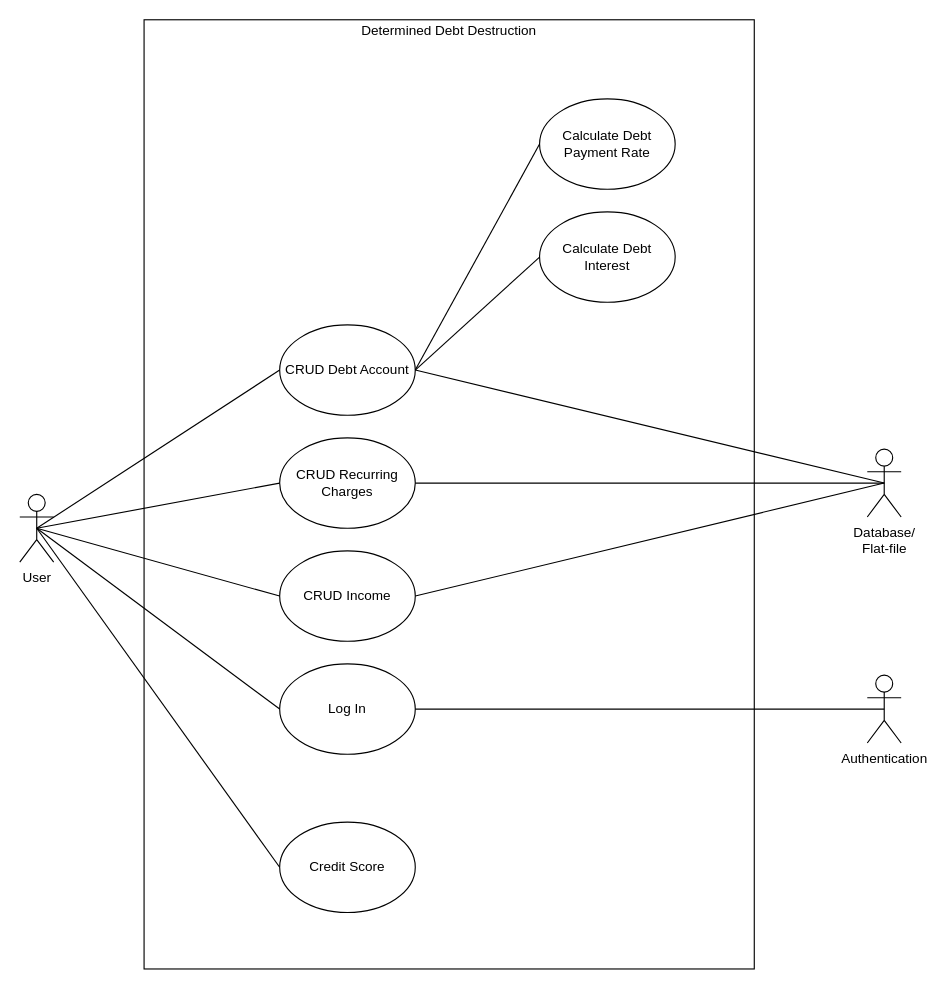
This is Use Case Diagram.drawio from PatrickMcDougle/CSE682-Software-Engineering-Project, a draw.io file, before an edit. Source tidied: cells renumbered, new cells numbered last; positions are measured from the earlier drawing's top-left corner, leaving out a move shared by most shapes. Both pictures are drawn from the tidied source at 113%, with x=0, y=0 at pixel (19, 19).
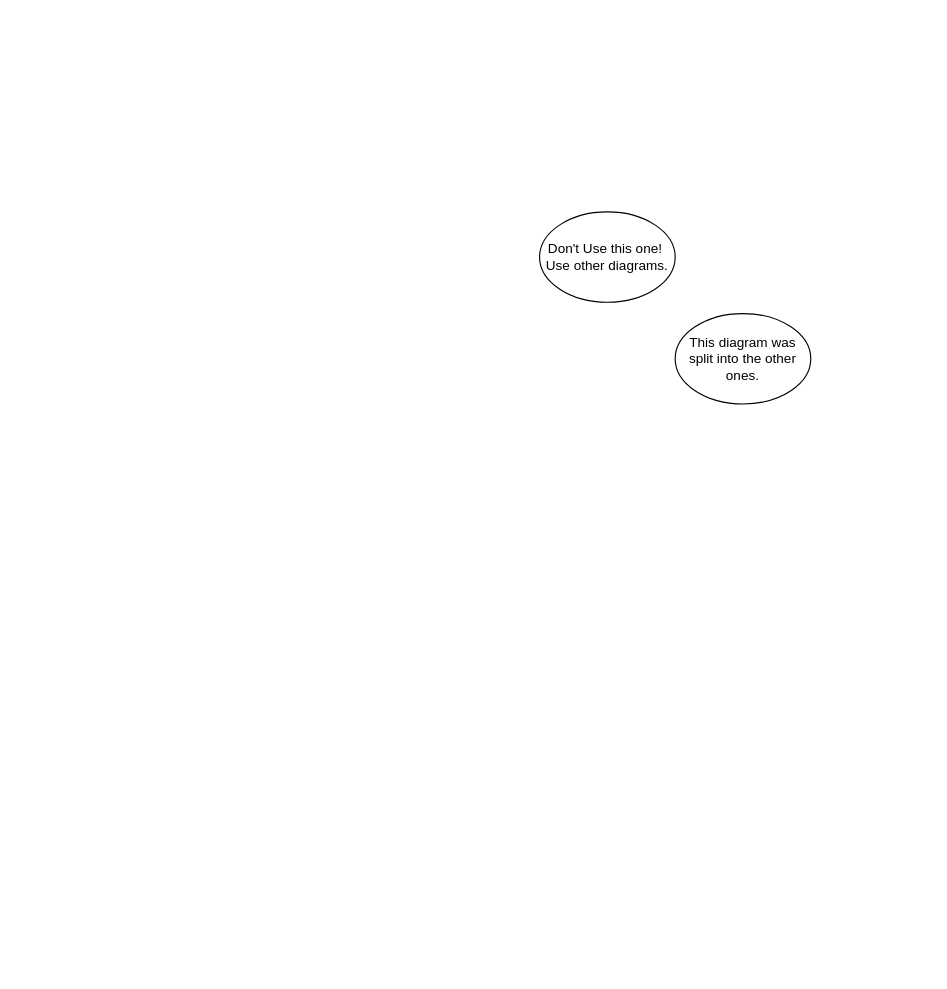
After the change.

What changed in the source:
```diff
@@
-    <mxCell id="2" value="Determined Debt Destruction&lt;br&gt;&lt;br&gt;&lt;br&gt;&lt;br&gt;&lt;br&gt;&lt;br&gt;&lt;br&gt;&lt;br&gt;&lt;br&gt;&lt;br&gt;&lt;br&gt;&lt;br&gt;&lt;br&gt;&lt;br&gt;&lt;br&gt;&lt;br&gt;&lt;br&gt;&lt;br&gt;&lt;br&gt;&lt;br&gt;&lt;br&gt;&lt;br&gt;&lt;br&gt;&lt;br&gt;&lt;br&gt;&lt;br&gt;&lt;br&gt;&lt;br&gt;&lt;br&gt;&lt;br&gt;&lt;br&gt;&lt;br&gt;&lt;br&gt;&lt;br&gt;&lt;br&gt;&lt;br&gt;&lt;br&gt;&lt;br&gt;&lt;br&gt;&lt;br&gt;&lt;br&gt;&lt;br&gt;&lt;br&gt;&lt;br&gt;&lt;br&gt;&lt;br&gt;&lt;br&gt;&lt;br&gt;&lt;br&gt;&lt;br&gt;&lt;br&gt;&lt;br&gt;&lt;br&gt;&lt;br&gt;&lt;br&gt;&lt;br&gt;&lt;br&gt;&lt;br&gt;" style="rounded=0;whiteSpace=wrap;html=1;" parent="1" vertex="1">
-      <mxGeometry x="110" width="540" height="840" as="geometry" />
-    </mxCell>
-    <mxCell id="3" value="User" style="shape=umlActor;verticalLabelPosition=bottom;verticalAlign=top;html=1;outlineConnect=0;" parent="1" vertex="1">
-      <mxGeometry y="420" width="30" height="60" as="geometry" />
-    </mxCell>
-    <mxCell id="4" value="CRUD Debt Account" style="ellipse;whiteSpace=wrap;html=1;" parent="1" vertex="1">
-      <mxGeometry x="230" y="270" width="120" height="80" as="geometry" />
-    </mxCell>
-    <mxCell id="5" value="CRUD Recurring Charges" style="ellipse;whiteSpace=wrap;html=1;" parent="1" vertex="1">
-      <mxGeometry x="230" y="370" width="120" height="80" as="geometry" />
-    </mxCell>
-    <mxCell id="6" value="CRUD Income" style="ellipse;whiteSpace=wrap;html=1;" parent="1" vertex="1">
-      <mxGeometry x="230" y="470" width="120" height="80" as="geometry" />
-    </mxCell>
-    <mxCell id="7" value="Calculate Debt Payment Rate" style="ellipse;whiteSpace=wrap;html=1;" parent="1" vertex="1">
-      <mxGeometry x="460" y="70" width="120" height="80" as="geometry" />
-    </mxCell>
-    <mxCell id="8" value="Calculate Debt Interest" style="ellipse;whiteSpace=wrap;html=1;" parent="1" vertex="1">
+    <mxCell id="8" value="Don't Use this one!&amp;nbsp; Use other diagrams." style="ellipse;whiteSpace=wrap;html=1;" parent="1" vertex="1">
       <mxGeometry x="460" y="170" width="120" height="80" as="geometry" />
     </mxCell>
-    <mxCell id="9" style="endArrow=none;html=1;exitX=1;exitY=0.5;exitDx=0;exitDy=0;entryX=0;entryY=0.5;entryDx=0;entryDy=0;" parent="1" edge="1" source="4" target="7">
-      <mxGeometry relative="1" as="geometry" />
-    </mxCell>
-    <mxCell id="10" style="endArrow=none;html=1;exitX=1;exitY=0.5;exitDx=0;exitDy=0;entryX=0;entryY=0.5;entryDx=0;entryDy=0;" parent="1" edge="1" source="4" target="8">
-      <mxGeometry relative="1" as="geometry" />
-    </mxCell>
-    <mxCell id="11" style="endArrow=none;html=1;exitX=0.5;exitY=0.5;exitDx=0;exitDy=0;exitPerimeter=0;entryX=0;entryY=0.5;entryDx=0;entryDy=0;" parent="1" edge="1" source="3" target="4">
-      <mxGeometry relative="1" as="geometry" />
-    </mxCell>
-    <mxCell id="12" style="endArrow=none;html=1;exitX=0.5;exitY=0.5;exitDx=0;exitDy=0;exitPerimeter=0;entryX=0;entryY=0.5;entryDx=0;entryDy=0;" parent="1" edge="1" source="3" target="5">
-      <mxGeometry relative="1" as="geometry" />
-    </mxCell>
-    <mxCell id="13" style="endArrow=none;html=1;exitX=0.5;exitY=0.5;exitDx=0;exitDy=0;exitPerimeter=0;entryX=0;entryY=0.5;entryDx=0;entryDy=0;" parent="1" edge="1" source="3" target="6">
-      <mxGeometry relative="1" as="geometry" />
-    </mxCell>
-    <mxCell id="14" value="Database/&lt;br&gt;Flat-file" style="shape=umlActor;verticalLabelPosition=bottom;verticalAlign=top;html=1;outlineConnect=0;" parent="1" vertex="1">
-      <mxGeometry x="750" y="380" width="30" height="60" as="geometry" />
-    </mxCell>
-    <mxCell id="15" style="endArrow=none;html=1;exitX=1;exitY=0.5;exitDx=0;exitDy=0;entryX=0.5;entryY=0.5;entryDx=0;entryDy=0;entryPerimeter=0;" parent="1" edge="1" source="4" target="14">
-      <mxGeometry relative="1" as="geometry" />
-    </mxCell>
-    <mxCell id="16" style="endArrow=none;html=1;exitX=1;exitY=0.5;exitDx=0;exitDy=0;entryX=0.5;entryY=0.5;entryDx=0;entryDy=0;entryPerimeter=0;" parent="1" edge="1" source="5" target="14">
-      <mxGeometry relative="1" as="geometry" />
-    </mxCell>
-    <mxCell id="17" style="endArrow=none;html=1;exitX=1;exitY=0.5;exitDx=0;exitDy=0;entryX=0.5;entryY=0.5;entryDx=0;entryDy=0;entryPerimeter=0;" parent="1" edge="1" source="6" target="14">
-      <mxGeometry relative="1" as="geometry" />
-    </mxCell>
-    <mxCell id="18" value="Authentication" style="shape=umlActor;verticalLabelPosition=bottom;verticalAlign=top;html=1;outlineConnect=0;" parent="1" vertex="1">
-      <mxGeometry x="750" y="580" width="30" height="60" as="geometry" />
-    </mxCell>
-    <mxCell id="19" value="Log In" style="ellipse;whiteSpace=wrap;html=1;" parent="1" vertex="1">
-      <mxGeometry x="230" y="570" width="120" height="80" as="geometry" />
-    </mxCell>
-    <mxCell id="20" style="endArrow=none;html=1;exitX=0.5;exitY=0.5;exitDx=0;exitDy=0;exitPerimeter=0;entryX=0;entryY=0.5;entryDx=0;entryDy=0;" parent="1" edge="1" source="3" target="19">
-      <mxGeometry relative="1" as="geometry" />
-    </mxCell>
-    <mxCell id="21" style="endArrow=none;html=1;exitX=1;exitY=0.5;exitDx=0;exitDy=0;entryX=0.5;entryY=0.5;entryDx=0;entryDy=0;entryPerimeter=0;" parent="1" edge="1" source="19" target="18">
-      <mxGeometry relative="1" as="geometry" />
-    </mxCell>
-    <mxCell id="22" value="Credit Score" style="ellipse;whiteSpace=wrap;html=1;" parent="1" vertex="1">
-      <mxGeometry x="230" y="710" width="120" height="80" as="geometry" />
-    </mxCell>
-    <mxCell id="23" style="endArrow=none;html=1;exitX=0.5;exitY=0.5;exitDx=0;exitDy=0;exitPerimeter=0;entryX=0;entryY=0.5;entryDx=0;entryDy=0;" parent="1" edge="1" source="3" target="22">
-      <mxGeometry relative="1" as="geometry" />
-    </mxCell>
+    <mxCell id="24" value="This diagram was split into the other ones." style="ellipse;whiteSpace=wrap;html=1;" parent="1" vertex="1">
+      <mxGeometry x="580" y="260" width="120" height="80" as="geometry" />
+    </mxCell>
```
